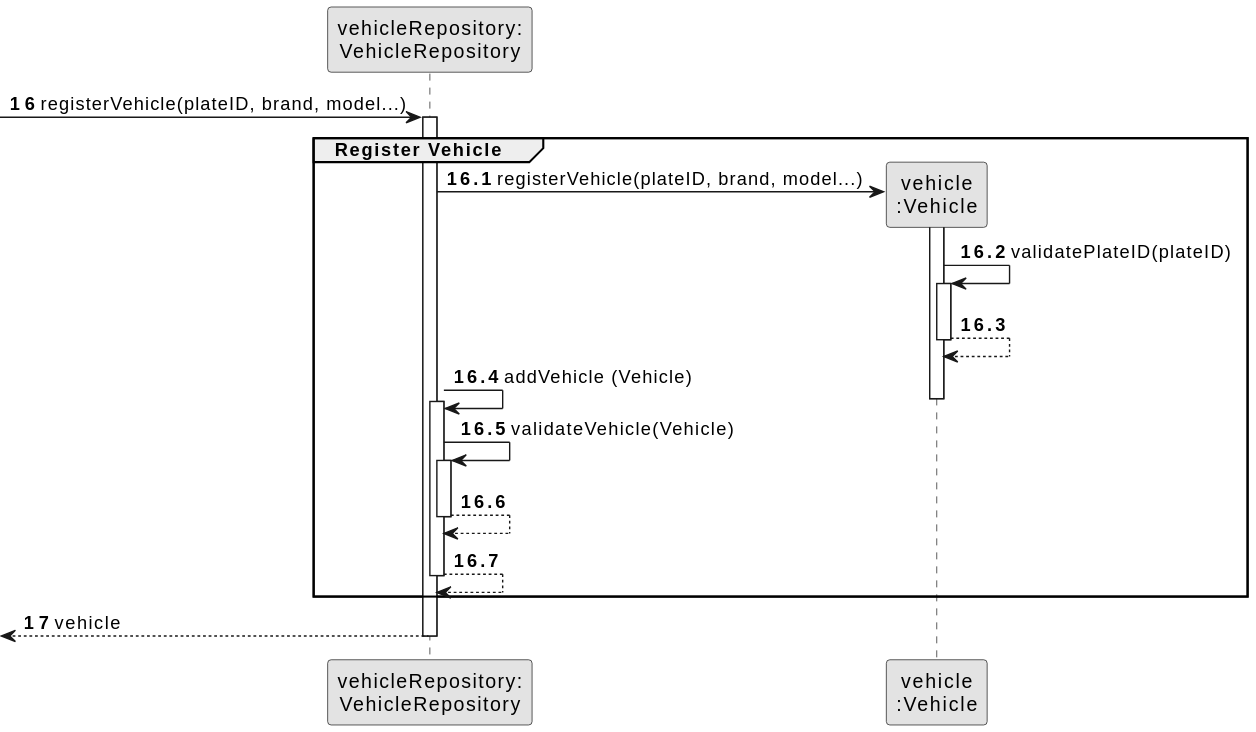
The PlantUML diagram docs/sprintB/us006/03.design/svg/us006-sequence-diagram-partial-register-vehicle.svg in SAEmanuel/Green_Spaces_Management_ISEP, before a commit.
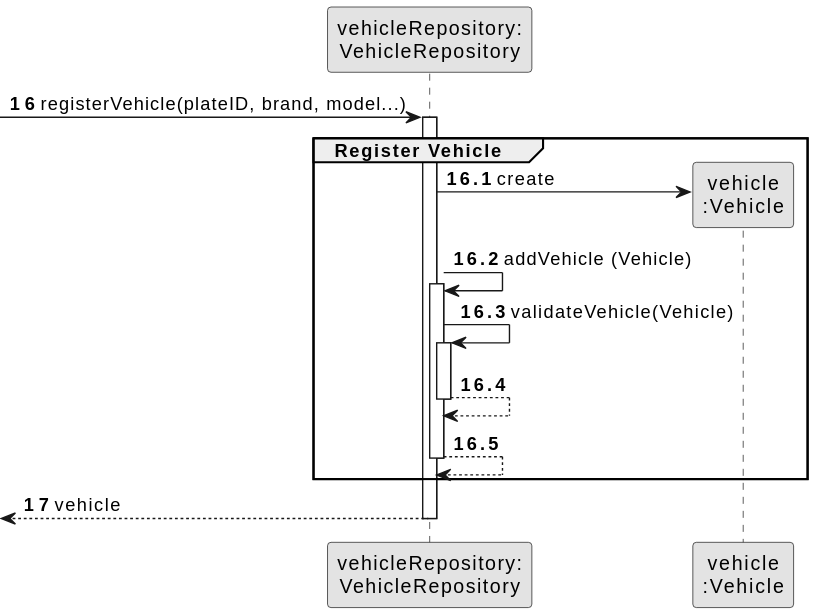
The same file after the commit.

Diff of the diagram source:
```diff
@@ -13,14 +13,8 @@
 activate ORG
     group Register Vehicle
 
-        ORG -> VEICULO**: registerVehicle(plateID, brand, model...)
-       activate VEICULO
+        ORG -> VEICULO**: create
 
-        VEICULO -> VEICULO : validatePlateID(plateID)
-        activate VEICULO
-
-        VEICULO --> VEICULO
-        deactivate VEICULO
 
 
         ORG -> ORG: addVehicle (Vehicle)
```
